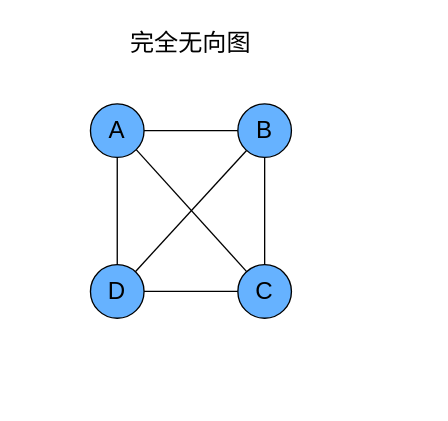
This is files/data_structure/graph/完全无向图.drawio from weizhiqimail/draw.io.repo, a draw.io file, before an edit. Source tidied: cells renumbered, new cells numbered last; positions are measured from the earlier drawing's top-left corner, leaving out a move shared by most shapes. Both pictures are drawn from the tidied source at 134%, with x=0, y=0 at pixel (90, 23).
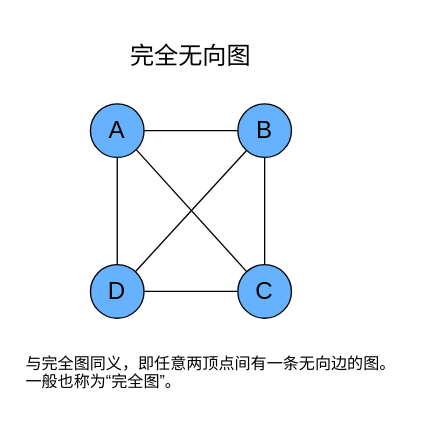
Above is the later version.

Commit message:
更新完全无向图.drawio

Change to the diagram source:
```diff
@@
 <mxGraphModel>
   <root>
     <mxCell id="0" />
     <mxCell id="1" parent="0" />
     <mxCell id="2" style="rounded=0;jettySize=auto;html=1;endArrow=none;startFill=0;" parent="1" edge="1" source="5" target="8">
       <mxGeometry relative="1" as="geometry" />
     </mxCell>
     <mxCell id="3" style="edgeStyle=none;rounded=0;jettySize=auto;html=1;endArrow=none;startFill=0;" parent="1" edge="1" source="5" target="10">
       <mxGeometry relative="1" as="geometry" />
     </mxCell>
     <mxCell id="4" style="edgeStyle=none;rounded=0;jettySize=auto;html=1;exitX=1;exitY=1;exitDx=0;exitDy=0;endArrow=none;startFill=0;" parent="1" edge="1" source="5" target="11">
       <mxGeometry relative="1" as="geometry" />
     </mxCell>
     <mxCell id="5" value="&lt;font style=&quot;color: rgb(0, 0, 0); font-size: 18px;&quot;&gt;A&lt;/font&gt;" style="ellipse;whiteSpace=wrap;html=1;fillColor=#66B2FF;" parent="1" vertex="1">
       <mxGeometry y="60" width="40" height="40" as="geometry" />
     </mxCell>
     <mxCell id="6" style="edgeStyle=orthogonalEdgeStyle;rounded=0;jettySize=auto;html=1;endArrow=none;startFill=0;" parent="1" edge="1" source="8" target="11">
       <mxGeometry relative="1" as="geometry">
         <Array as="points">
           <mxPoint x="140" y="80" />
         </Array>
       </mxGeometry>
     </mxCell>
     <mxCell id="7" style="edgeStyle=none;rounded=0;jettySize=auto;html=1;endArrow=none;startFill=0;" parent="1" edge="1" source="8" target="10">
       <mxGeometry relative="1" as="geometry" />
     </mxCell>
     <mxCell id="8" value="&lt;font style=&quot;color: rgb(0, 0, 0); font-size: 18px;&quot;&gt;B&lt;/font&gt;" style="ellipse;whiteSpace=wrap;html=1;fillColor=#66B2FF;" parent="1" vertex="1">
       <mxGeometry x="110" y="60" width="40" height="40" as="geometry" />
     </mxCell>
     <mxCell id="9" style="edgeStyle=none;rounded=0;jettySize=auto;html=1;endArrow=none;startFill=0;" parent="1" edge="1" source="10" target="11">
       <mxGeometry relative="1" as="geometry" />
     </mxCell>
     <mxCell id="10" value="&lt;font style=&quot;color: rgb(0, 0, 0); font-size: 18px;&quot;&gt;D&lt;/font&gt;" style="ellipse;whiteSpace=wrap;html=1;fillColor=#66B2FF;" parent="1" vertex="1">
       <mxGeometry y="180" width="40" height="40" as="geometry" />
     </mxCell>
     <mxCell id="11" value="&lt;font style=&quot;color: rgb(0, 0, 0); font-size: 18px;&quot;&gt;C&lt;/font&gt;" style="ellipse;whiteSpace=wrap;html=1;fillColor=#66B2FF;" parent="1" vertex="1">
       <mxGeometry x="110" y="180" width="40" height="40" as="geometry" />
     </mxCell>
     <mxCell id="12" value="&lt;font style=&quot;font-size: 18px;&quot;&gt;完全无向图&lt;/font&gt;" style="text;html=1;align=center;verticalAlign=middle;whiteSpace=wrap;rounded=0;" parent="1" vertex="1">
-      <mxGeometry x="10" width="130" height="30" as="geometry" />
+      <mxGeometry x="10" y="10" width="130" height="30" as="geometry" />
     </mxCell>
+    <mxCell id="13" value="与完全图同义，即任意两顶点间有一条无向边的图。&#10;一般也称为“完全图”。" style="text;whiteSpace=wrap;" parent="1" vertex="1">
+      <mxGeometry x="-50" y="240" width="300" height="40" as="geometry" />
+    </mxCell>
   </root>
 </mxGraphModel>
```
